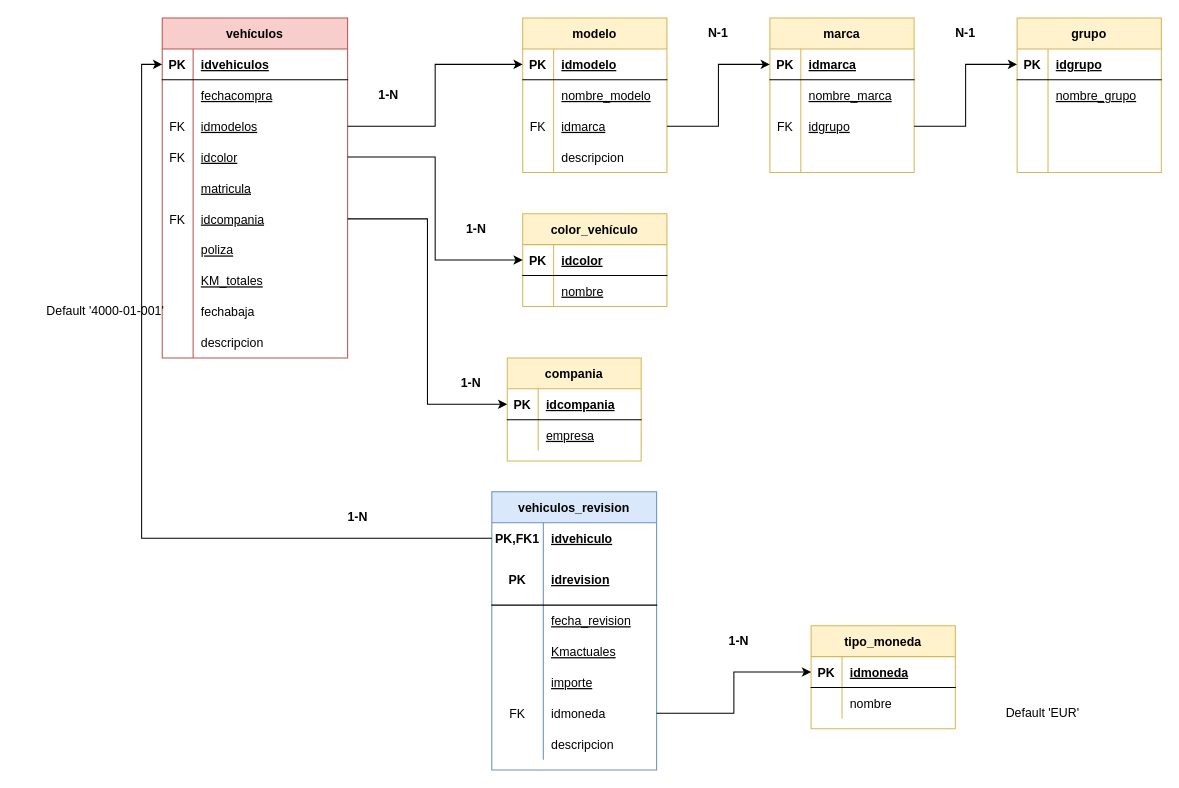
rpfumanchu/Practica-SQL keeps this draw.io diagram as Práctica-Modelo.drawio. Above is the earlier version. Source tidied: cells renumbered, new cells numbered last; positions are measured from the earlier drawing's top-left corner, leaving out a move shared by most shapes. Both pictures are drawn from the tidied source at 103%, with x=0, y=0 at pixel (18, 18).
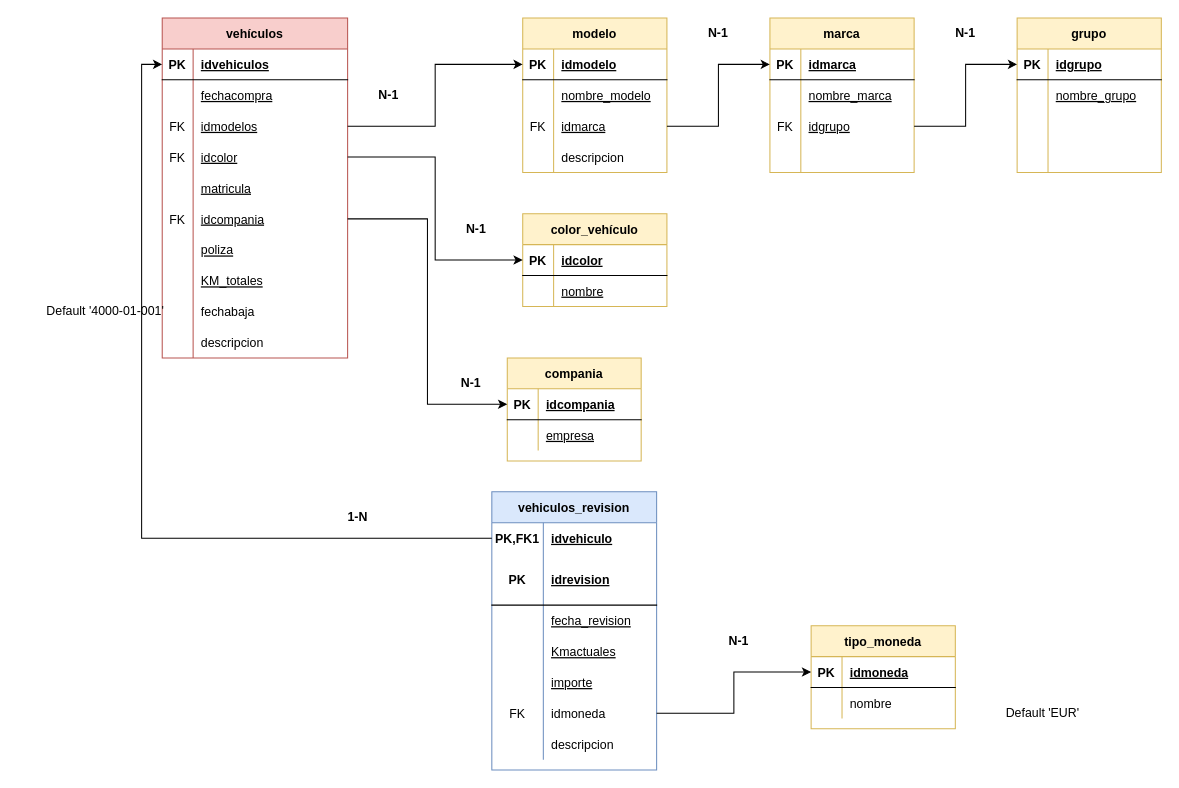
Above is the later version.

The edit, as a diff of the source:
```diff
@@
-    <mxCell id="124" value="&lt;b&gt;1-N&lt;/b&gt;" style="text;html=1;strokeColor=none;fillColor=none;align=center;verticalAlign=middle;whiteSpace=wrap;rounded=0;" parent="1" vertex="1">
+    <mxCell id="124" value="&lt;b&gt;N-1&lt;/b&gt;" style="text;html=1;strokeColor=none;fillColor=none;align=center;verticalAlign=middle;whiteSpace=wrap;rounded=0;" parent="1" vertex="1">
       <mxGeometry x="330" y="60" width="60" height="30" as="geometry" />
     </mxCell>
@@
-    <mxCell id="127" value="&lt;b&gt;1-N&lt;/b&gt;" style="text;html=1;strokeColor=none;fillColor=none;align=center;verticalAlign=middle;whiteSpace=wrap;rounded=0;" parent="1" vertex="1">
+    <mxCell id="127" value="&lt;b&gt;N-1&lt;/b&gt;" style="text;html=1;strokeColor=none;fillColor=none;align=center;verticalAlign=middle;whiteSpace=wrap;rounded=0;" parent="1" vertex="1">
       <mxGeometry x="415" y="190" width="60" height="30" as="geometry" />
     </mxCell>
-    <mxCell id="128" value="&lt;b&gt;1-N&lt;/b&gt;" style="text;html=1;strokeColor=none;fillColor=none;align=center;verticalAlign=middle;whiteSpace=wrap;rounded=0;" parent="1" vertex="1">
+    <mxCell id="128" value="&lt;b&gt;N-1&lt;/b&gt;" style="text;html=1;strokeColor=none;fillColor=none;align=center;verticalAlign=middle;whiteSpace=wrap;rounded=0;" parent="1" vertex="1">
       <mxGeometry x="410" y="340" width="60" height="30" as="geometry" />
     </mxCell>
@@
-    <mxCell id="130" value="&lt;b&gt;1-N&lt;/b&gt;" style="text;html=1;strokeColor=none;fillColor=none;align=center;verticalAlign=middle;whiteSpace=wrap;rounded=0;" parent="1" vertex="1">
+    <mxCell id="130" value="&lt;b&gt;N-1&lt;/b&gt;" style="text;html=1;strokeColor=none;fillColor=none;align=center;verticalAlign=middle;whiteSpace=wrap;rounded=0;" parent="1" vertex="1">
       <mxGeometry x="670" y="590" width="60" height="30" as="geometry" />
     </mxCell>
```
